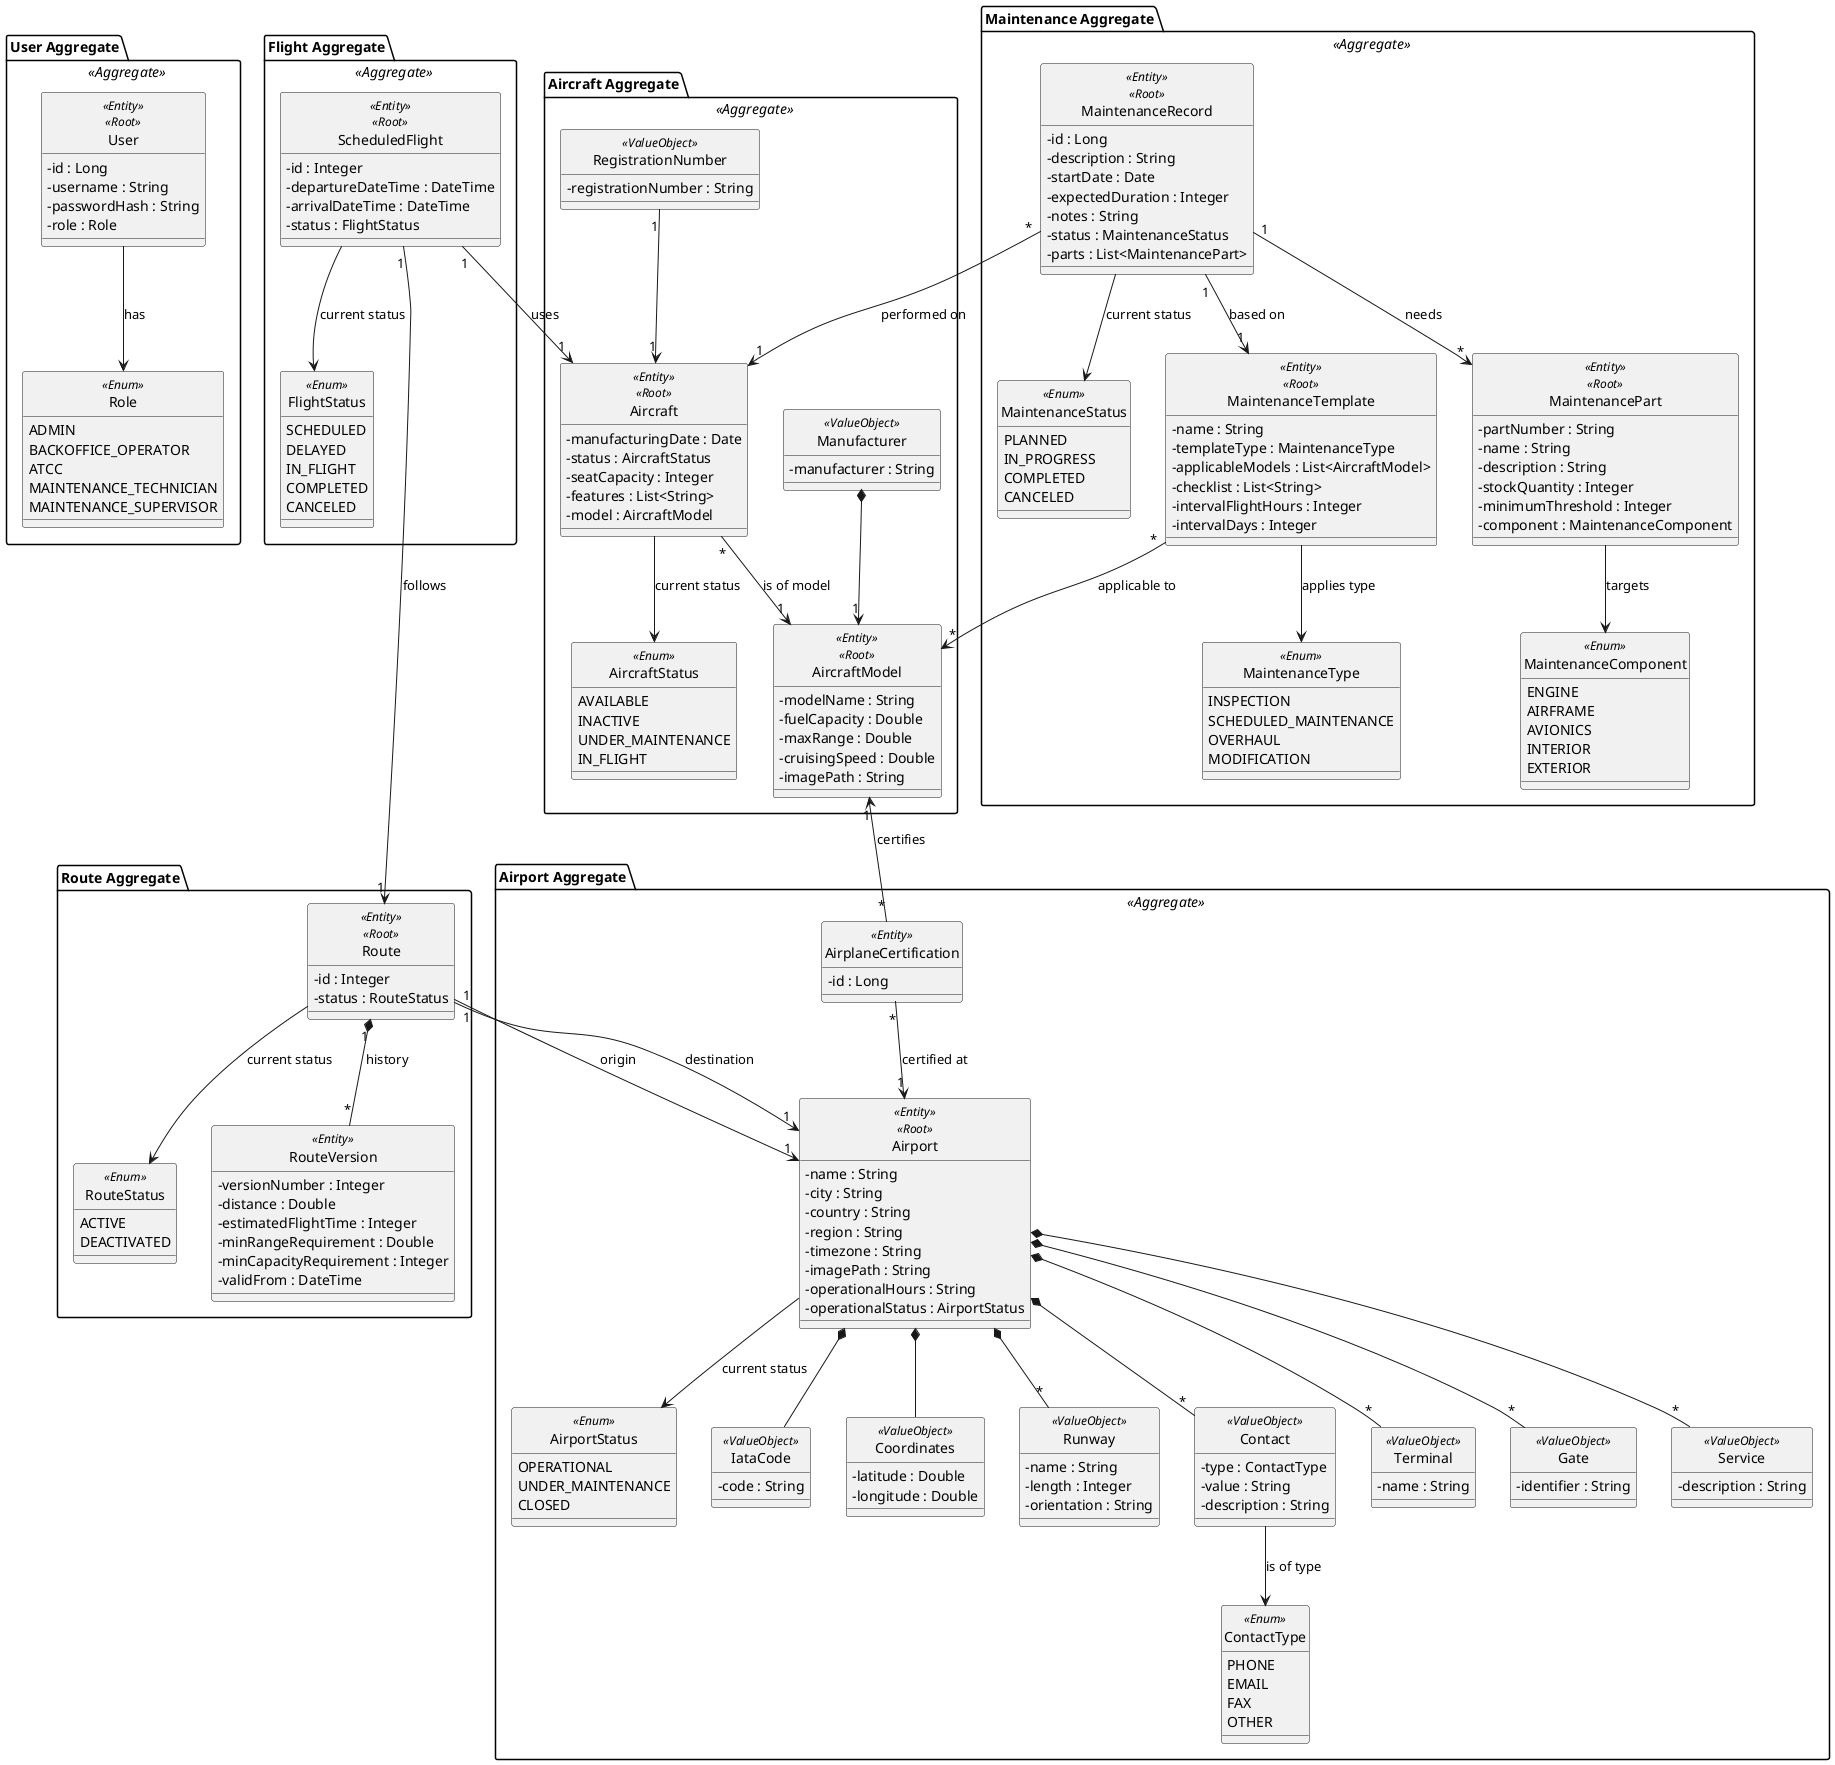
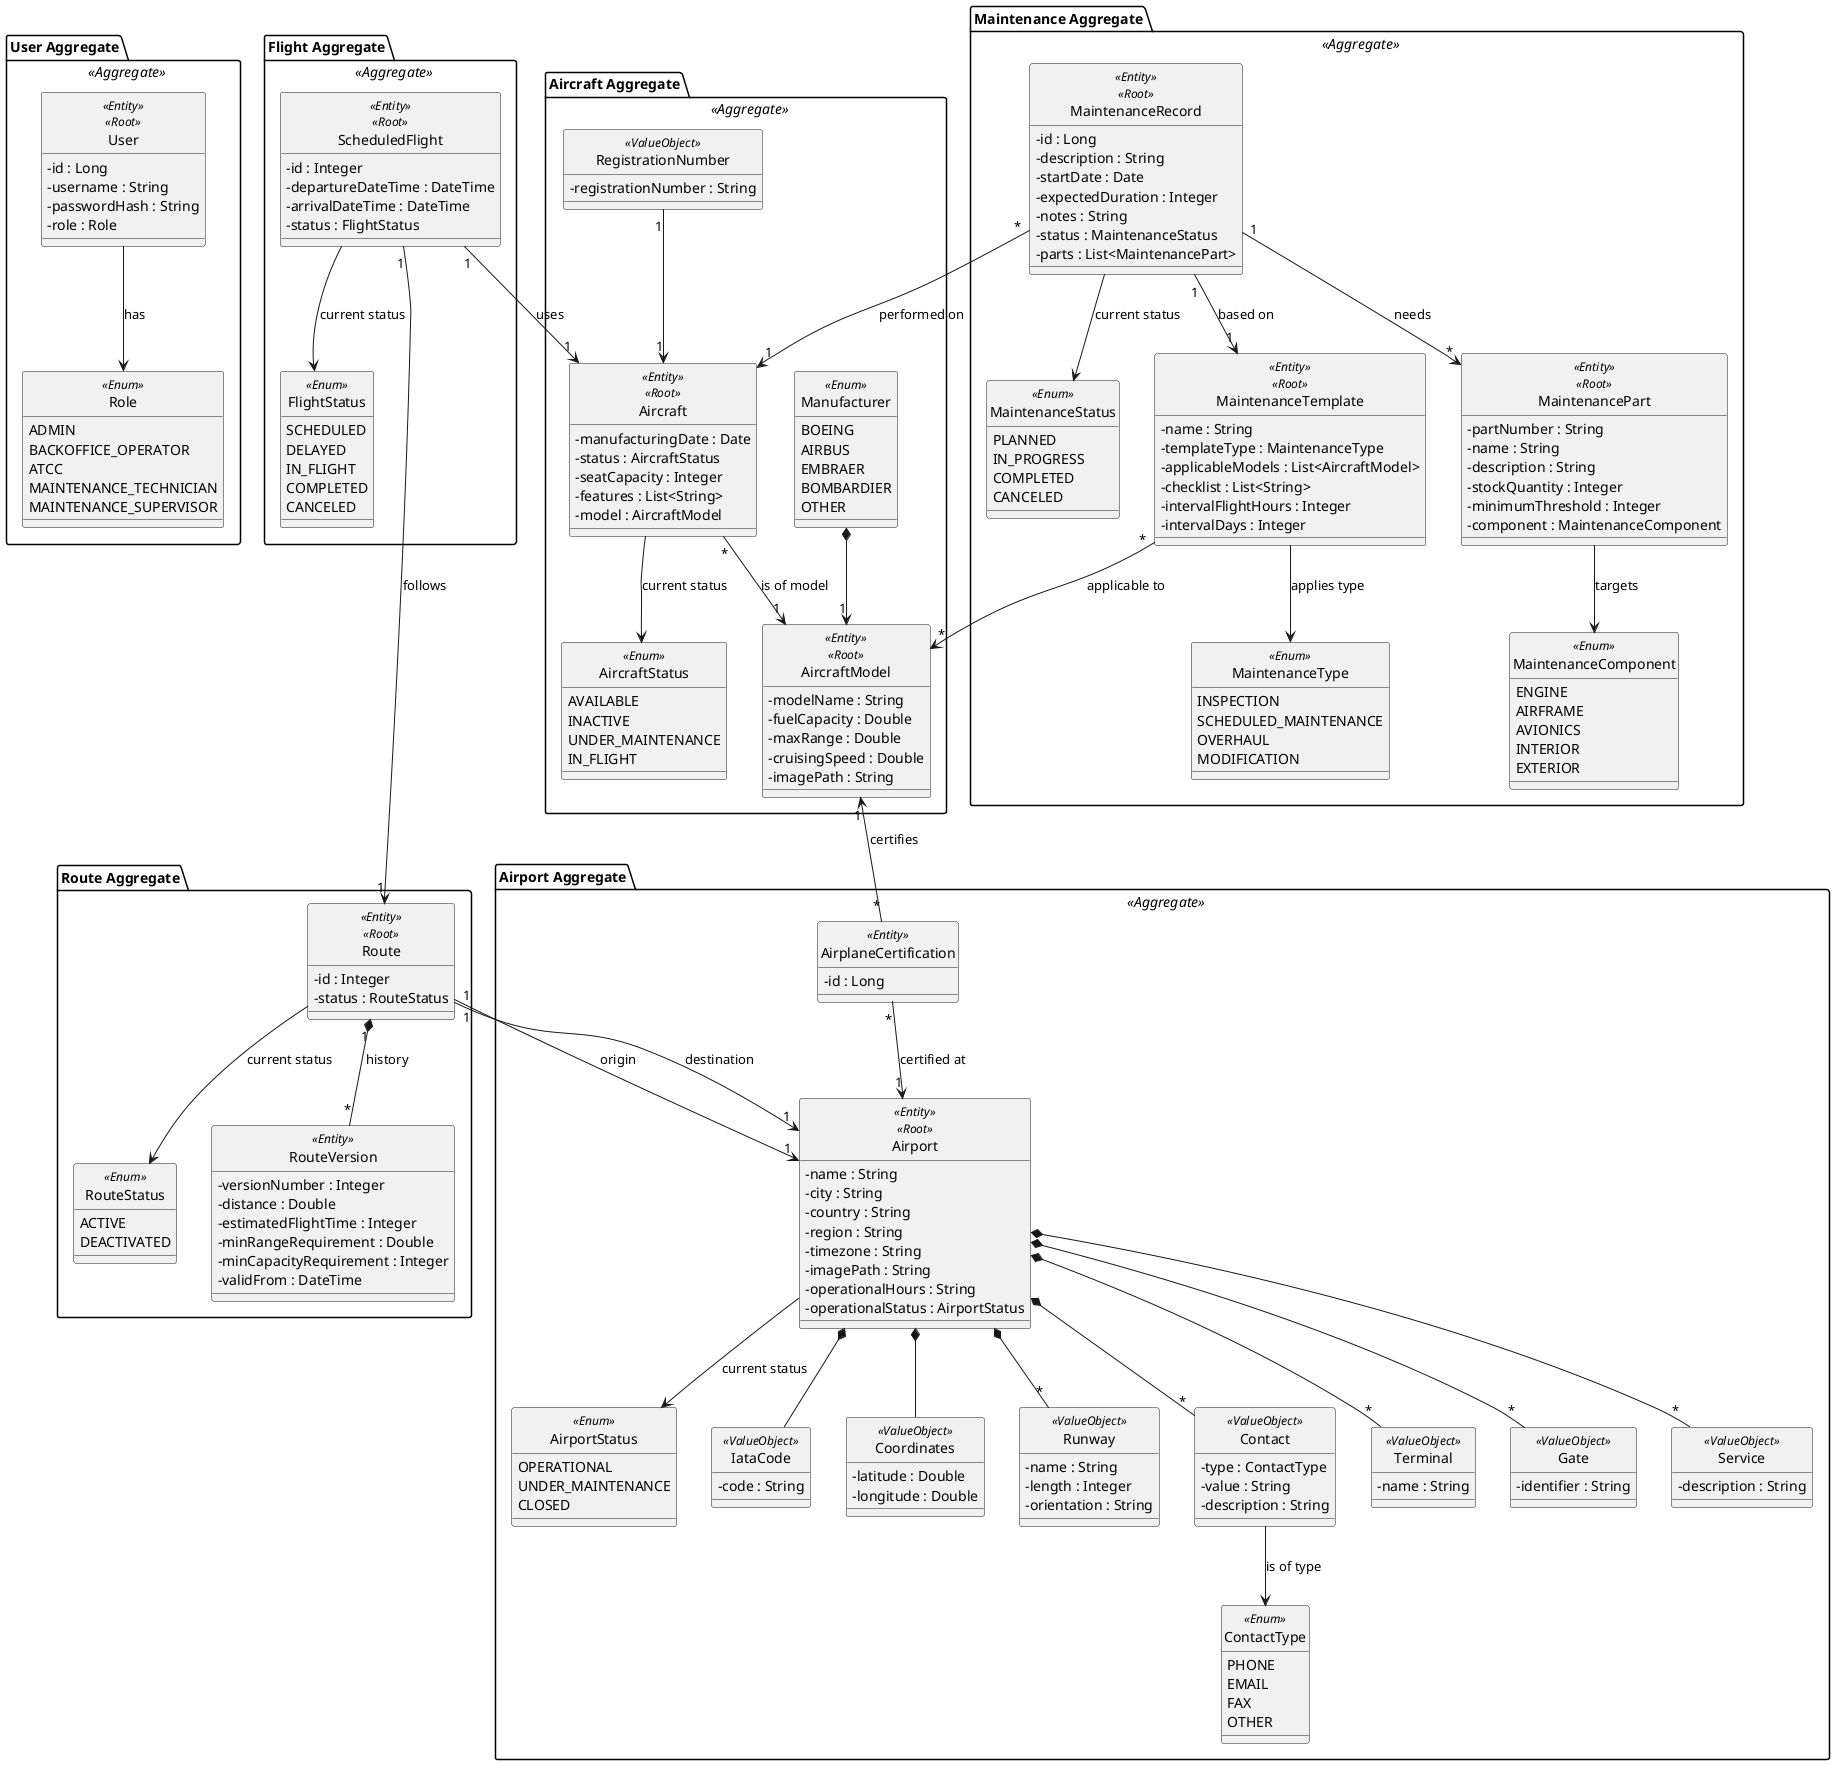
@startuml
skinparam classAttributeIconSize 0
skinparam monochrome true
hide circle

package "User Aggregate" <<Aggregate>> {
  enum Role <<Enum>> {
    ADMIN
    BACKOFFICE_OPERATOR
    ATCC
    MAINTENANCE_TECHNICIAN
    MAINTENANCE_SUPERVISOR
  }

  class User <<Entity>> <<Root>> {
    - id : Long
    - username : String
    - passwordHash : String
    - role : Role
  }

  User --> Role : has
}



package "Aircraft Aggregate" <<Aggregate>> {
  enum AircraftStatus <<Enum>> {
    AVAILABLE
    INACTIVE
    UNDER_MAINTENANCE
    IN_FLIGHT
  }
- 
+   enum Manufacturer <<Enum>> {
+     BOEING
+     AIRBUS
+     EMBRAER
+     BOMBARDIER
+     OTHER
+   }
  class Aircraft <<Entity>> <<Root>> {
    - manufacturingDate : Date
    - status : AircraftStatus
    - seatCapacity : Integer
    - features : List<String>
    - model : AircraftModel
  }

  class AircraftModel <<Entity>> <<Root>> {
    - modelName : String
    - fuelCapacity : Double
    - maxRange : Double
    - cruisingSpeed : Double
    - imagePath : String
  }
  class RegistrationNumber <<ValueObject>> {
    - registrationNumber : String
-   }
-   class Manufacturer <<ValueObject>> {
-     - manufacturer : String
  }
  Aircraft --> AircraftStatus : current status
  RegistrationNumber "1"-->"1" Aircraft
  Manufacturer *-->"1" AircraftModel
}

package "Airport Aggregate" <<Aggregate>> {
  enum AirportStatus <<Enum>> {
     OPERATIONAL
     UNDER_MAINTENANCE
     CLOSED
  }

  enum ContactType <<Enum>> {
     PHONE
     EMAIL
     FAX
     OTHER
  }

  class IataCode <<ValueObject>> {
    - code : String
  }

  class Coordinates <<ValueObject>> {
    - latitude : Double
    - longitude : Double
  }

  class Runway <<ValueObject>> {
    - name : String
    - length : Integer
    - orientation : String
  }

  class Contact <<ValueObject>> {
    - type : ContactType
    - value : String
    - description : String
  }

  class Terminal <<ValueObject>> {
    - name : String
  }

  class Gate <<ValueObject>> {
    - identifier : String
  }

  class Service <<ValueObject>> {
    - description : String
  }

  class Airport <<Entity>> <<Root>> {
    - name : String
    - city : String
    - country : String
    - region : String
    - timezone : String
    - imagePath : String
    - operationalHours : String
    - operationalStatus : AirportStatus
  }

  class AirplaneCertification <<Entity>> {
    - id : Long
  }

  Airport --> AirportStatus : current status
  Contact --> ContactType : is of type

  Airport *-- IataCode
  Airport *-- Coordinates
  Airport *-- "*" Runway
  Airport *-- "*" Contact
  Airport *-- "*" Terminal
  Airport *-- "*" Gate
  Airport *-- "*" Service
}

package "Route Aggregate" {
  enum RouteStatus <<Enum>> {
    ACTIVE
    DEACTIVATED
  }

  class Route <<Entity>> <<Root>> {
    - id : Integer
    - status : RouteStatus
  }

  class RouteVersion <<Entity>> {
    - versionNumber : Integer
    - distance : Double
    - estimatedFlightTime : Integer
    - minRangeRequirement : Double
    - minCapacityRequirement : Integer
    - validFrom : DateTime
  }

  Route "1" *-- "*" RouteVersion : history
  Route --> RouteStatus : current status
}

package "Flight Aggregate" <<Aggregate>> {
  enum FlightStatus <<Enum>> {
    SCHEDULED
    DELAYED
    IN_FLIGHT
    COMPLETED
    CANCELED
  }

  class ScheduledFlight <<Entity>> <<Root>> {
    - id : Integer
    - departureDateTime : DateTime
    - arrivalDateTime : DateTime
    - status : FlightStatus
  }

  ScheduledFlight --> FlightStatus : current status
}


package "Maintenance Aggregate" <<Aggregate>> {
  enum MaintenanceStatus <<Enum>> {
     PLANNED
     IN_PROGRESS
     COMPLETED
     CANCELED
  }

  enum MaintenanceType <<Enum>> {
    INSPECTION
    SCHEDULED_MAINTENANCE
    OVERHAUL
    MODIFICATION
  }

  enum MaintenanceComponent <<Enum>> {
    ENGINE
    AIRFRAME
    AVIONICS
    INTERIOR
    EXTERIOR
  }

  class MaintenanceTemplate <<Entity>> <<Root>> {
    - name : String
    - templateType : MaintenanceType
    - applicableModels : List<AircraftModel>
    - checklist : List<String>
    - intervalFlightHours : Integer
    - intervalDays : Integer
  }

  class MaintenanceRecord <<Entity>> <<Root>> {
    - id : Long
    - description : String
    - startDate : Date
    - expectedDuration : Integer
    - notes : String
    - status : MaintenanceStatus
    - parts : List<MaintenancePart>
  }

  class MaintenancePart <<Entity>> <<Root>> {
    - partNumber : String
    - name : String
    - description : String
    - stockQuantity : Integer
    - minimumThreshold : Integer
    - component : MaintenanceComponent
  }

  MaintenanceTemplate --> MaintenanceType : applies type
  MaintenanceRecord --> MaintenanceStatus : current status
  MaintenancePart --> MaintenanceComponent : targets
}


Aircraft "*" --> "1" AircraftModel : is of model
AircraftModel "1" <-- "*" AirplaneCertification : certifies
Airport "1" <-up- "*" AirplaneCertification : certified at

Route "1" --> "1" Airport : origin
Route "1" --> "1" Airport : destination

ScheduledFlight "1" --> "1" Route : follows
ScheduledFlight "1" --> "1" Aircraft : uses

MaintenanceTemplate "*" --> "*" AircraftModel : applicable to
MaintenanceRecord "1" --> "*" MaintenancePart : needs
MaintenanceRecord "1" --> "1" MaintenanceTemplate : based on
MaintenanceRecord "*" --> "1" Aircraft : performed on

@enduml
